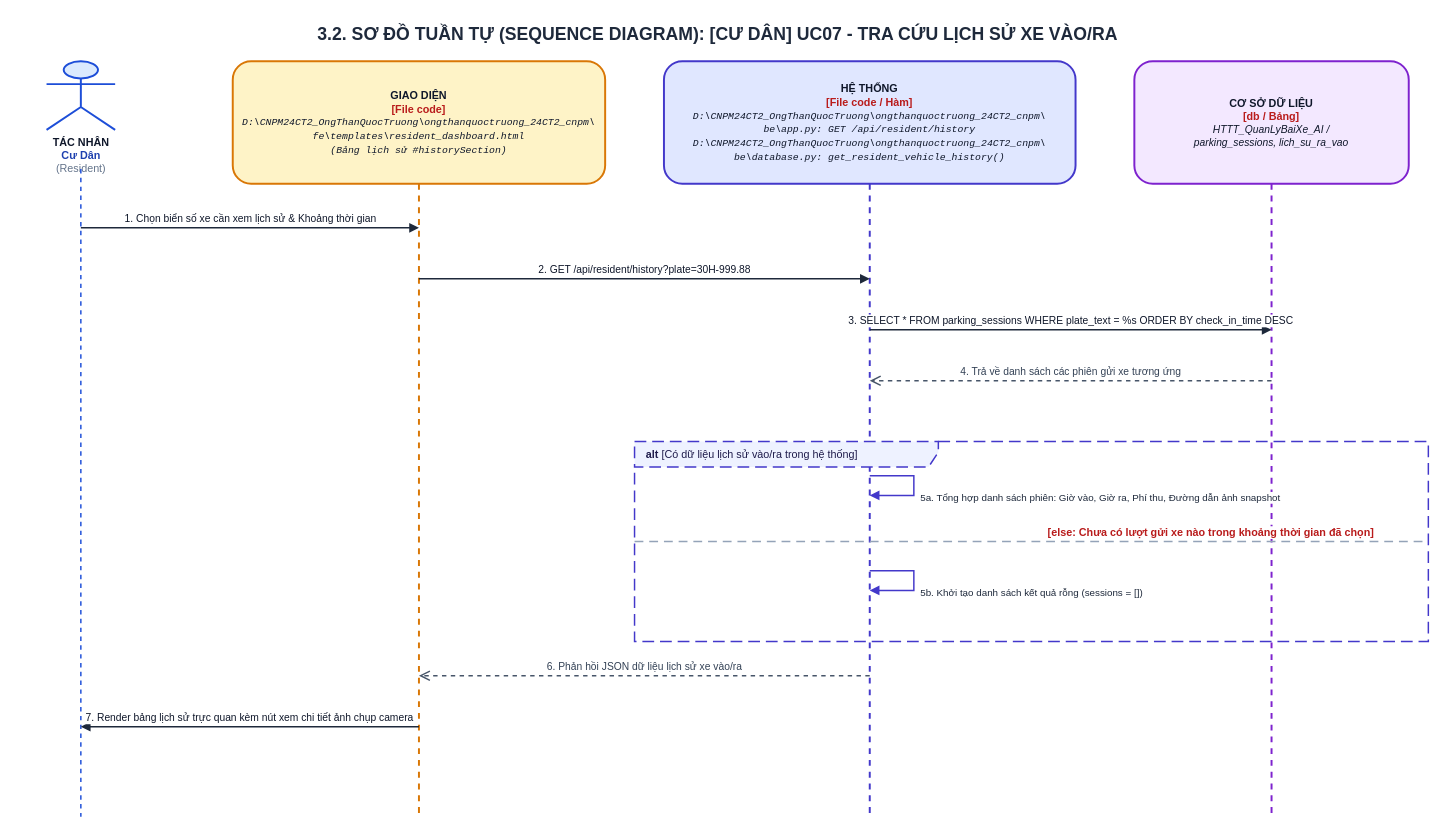
Truong027/CNPM24 keeps this draw.io diagram as ongthanquoctruong_24CT2_cnpm/docs/drawio/uc07_resident_history.drawio. Above is the earlier version. Source tidied: cells renumbered, new cells numbered last; positions are measured from the earlier drawing's top-left corner, leaving out a move shared by most shapes. Both pictures are drawn from the tidied source at 98%, with x=0, y=0 at pixel (17, 17).
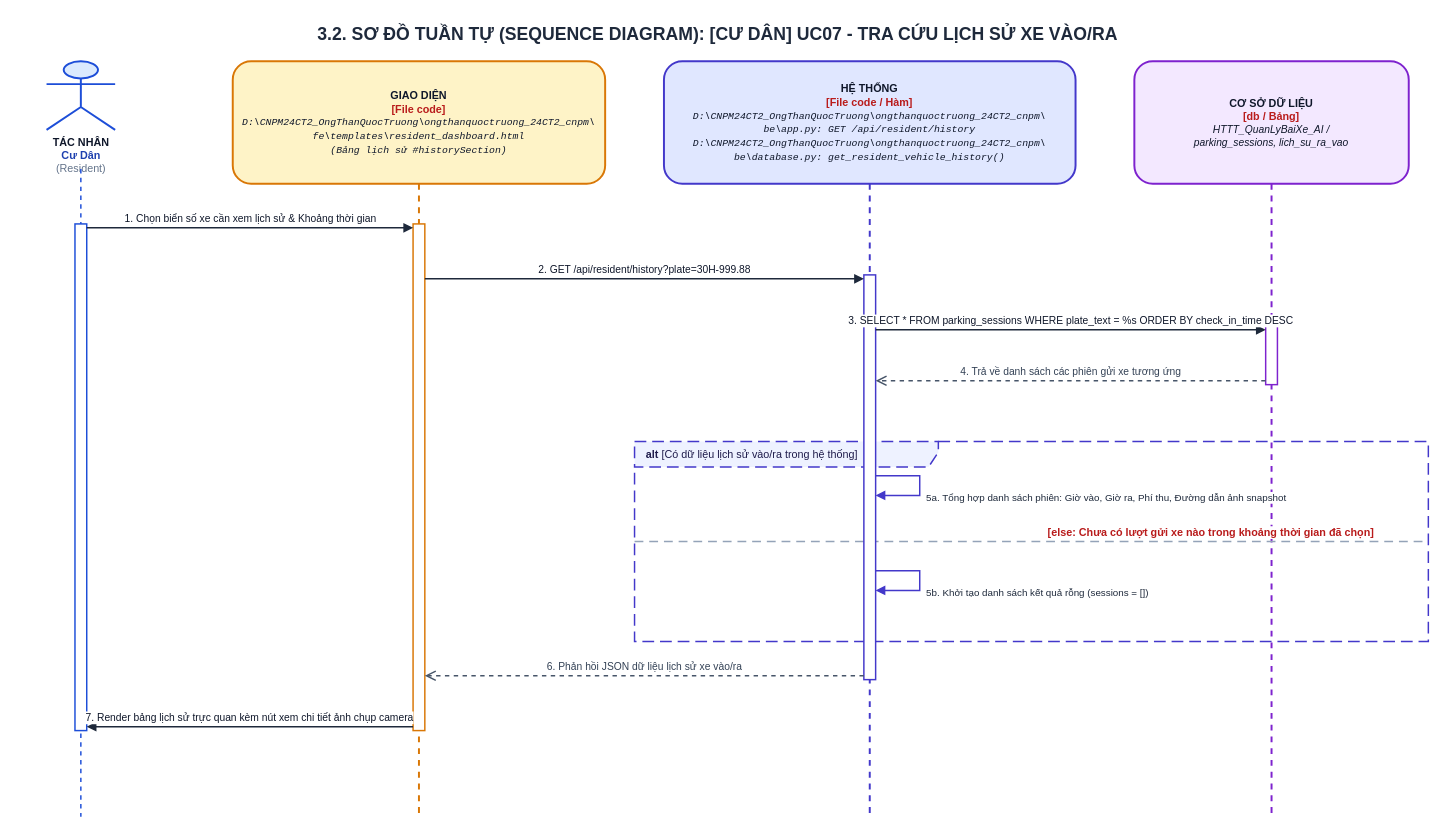
After the change.

Diff of the diagram source:
```diff
@@
+    <mxCell id="12" value="&lt;b&gt;alt&lt;/b&gt; [Có dữ liệu lịch sử vào/ra trong hệ thống]" style="shape=umlFrame;whiteSpace=wrap;html=1;width=310;height=26;dashed=1;dashPattern=8 4;strokeColor=#4338CA;fillColor=#EEF2FF;strokeWidth=1.5;align=left;spacingLeft=10;verticalAlign=top;fontStyle=0;fontSize=11;fontColor=#1E1B4B;" parent="1" vertex="1">
+      <mxGeometry x="630" y="433" width="810" height="204" as="geometry" />
+    </mxCell>
+    <mxCell id="14" value="&lt;b&gt;[else: Chưa có lượt gửi xe nào trong khoảng thời gian đã chọn]&lt;/b&gt;" style="html=1;strokeWidth=1.5;strokeColor=#94A3B8;dashed=1;dashPattern=6 4;endArrow=none;align=left;verticalAlign=bottom;spacingLeft=15;fontColor=#B91C1C;fontSize=11;fontStyle=0;" parent="1" edge="1">
+      <mxGeometry relative="1" as="geometry">
+        <mxPoint x="630" y="535" as="sourcePoint" />
+        <mxPoint x="1440" y="535" as="targetPoint" />
+      </mxGeometry>
+    </mxCell>
+    <mxCell id="18" style="html=1;perimeter=orthogonalPerimeter;targetShapes=umlLifeline;topToBottom=1;fillColor=#FFFFFF;strokeColor=#1D4ED8;strokeWidth=1.5;rounded=0;" parent="1" vertex="1">
+      <mxGeometry x="59" y="211" width="12" height="517" as="geometry" />
+    </mxCell>
+    <mxCell id="19" style="html=1;perimeter=orthogonalPerimeter;targetShapes=umlLifeline;topToBottom=1;fillColor=#FFFFFF;strokeColor=#D97706;strokeWidth=1.5;rounded=0;" parent="1" vertex="1">
+      <mxGeometry x="404" y="211" width="12" height="517" as="geometry" />
+    </mxCell>
+    <mxCell id="20" style="html=1;perimeter=orthogonalPerimeter;targetShapes=umlLifeline;topToBottom=1;fillColor=#FFFFFF;strokeColor=#4338CA;strokeWidth=1.5;rounded=0;" parent="1" vertex="1">
+      <mxGeometry x="864" y="263" width="12" height="413" as="geometry" />
+    </mxCell>
+    <mxCell id="21" style="html=1;perimeter=orthogonalPerimeter;targetShapes=umlLifeline;topToBottom=1;fillColor=#FFFFFF;strokeColor=#7E22CE;strokeWidth=1.5;rounded=0;" parent="1" vertex="1">
+      <mxGeometry x="1274" y="315" width="12" height="60" as="geometry" />
+    </mxCell>
     <mxCell id="8" value="1. Chọn biển số xe cần xem lịch sử &amp; Khoảng thời gian" style="html=1;verticalAlign=bottom;endArrow=block;rounded=0;strokeColor=#1E293B;strokeWidth=1.5;fontColor=#0F172A;fontSize=10.5;" parent="1" edge="1">
       <mxGeometry relative="1" as="geometry">
-        <mxPoint x="65" y="215" as="sourcePoint" />
-        <mxPoint x="410" y="215" as="targetPoint" />
+        <mxPoint x="71" y="215" as="sourcePoint" />
+        <mxPoint x="404" y="215" as="targetPoint" />
       </mxGeometry>
     </mxCell>
     <mxCell id="9" value="2. GET /api/resident/history?plate=30H-999.88" style="html=1;verticalAlign=bottom;endArrow=block;rounded=0;strokeColor=#1E293B;strokeWidth=1.5;fontColor=#0F172A;fontSize=10.5;" parent="1" edge="1">
       <mxGeometry relative="1" as="geometry">
-        <mxPoint x="410" y="267" as="sourcePoint" />
-        <mxPoint x="870" y="267" as="targetPoint" />
+        <mxPoint x="416" y="267" as="sourcePoint" />
+        <mxPoint x="864" y="267" as="targetPoint" />
       </mxGeometry>
     </mxCell>
     <mxCell id="10" value="3. SELECT * FROM parking_sessions WHERE plate_text = %s ORDER BY check_in_time DESC" style="html=1;verticalAlign=bottom;endArrow=block;rounded=0;strokeColor=#1E293B;strokeWidth=1.5;fontColor=#0F172A;fontSize=10.5;" parent="1" edge="1">
       <mxGeometry relative="1" as="geometry">
-        <mxPoint x="870" y="319" as="sourcePoint" />
-        <mxPoint x="1280" y="319" as="targetPoint" />
+        <mxPoint x="876" y="319" as="sourcePoint" />
+        <mxPoint x="1274" y="319" as="targetPoint" />
       </mxGeometry>
     </mxCell>
     <mxCell id="11" value="4. Trả về danh sách các phiên gửi xe tương ứng" style="html=1;verticalAlign=bottom;endArrow=open;dashed=1;endSize=8;rounded=0;strokeColor=#475569;strokeWidth=1.5;fontColor=#334155;fontSize=10.5;" parent="1" edge="1">
       <mxGeometry relative="1" as="geometry">
-        <mxPoint x="1280" y="371" as="sourcePoint" />
-        <mxPoint x="870" y="371" as="targetPoint" />
+        <mxPoint x="1274" y="371" as="sourcePoint" />
+        <mxPoint x="876" y="371" as="targetPoint" />
       </mxGeometry>
     </mxCell>
-    <mxCell id="12" value="&lt;b&gt;alt&lt;/b&gt; [Có dữ liệu lịch sử vào/ra trong hệ thống]" style="shape=umlFrame;whiteSpace=wrap;html=1;width=310;height=26;dashed=1;dashPattern=8 4;strokeColor=#4338CA;fillColor=#EEF2FF;strokeWidth=1.5;align=left;spacingLeft=10;verticalAlign=top;fontStyle=0;fontSize=11;fontColor=#1E1B4B;" parent="1" vertex="1">
-      <mxGeometry x="630" y="433" width="810" height="204" as="geometry" />
-    </mxCell>
     <mxCell id="13" value="5a. Tổng hợp danh sách phiên: Giờ vào, Giờ ra, Phí thu, Đường dẫn ảnh snapshot" style="html=1;align=left;spacingLeft=5;verticalAlign=top;endArrow=block;rounded=0;edgeStyle=orthogonalEdgeStyle;curved=0;strokeColor=#4338CA;strokeWidth=1.5;fontColor=#1E293B;fontSize=10;" parent="1" edge="1">
       <mxGeometry relative="1" as="geometry">
-        <mxPoint x="870" y="468" as="sourcePoint" />
-        <mxPoint x="870" y="488" as="targetPoint" />
+        <mxPoint x="876" y="468" as="sourcePoint" />
+        <mxPoint x="876" y="488" as="targetPoint" />
         <Array as="points">
-          <mxPoint x="915" y="468" />
-          <mxPoint x="915" y="488" />
+          <mxPoint x="921" y="468" />
+          <mxPoint x="921" y="488" />
         </Array>
       </mxGeometry>
     </mxCell>
-    <mxCell id="14" value="&lt;b&gt;[else: Chưa có lượt gửi xe nào trong khoảng thời gian đã chọn]&lt;/b&gt;" style="html=1;strokeWidth=1.5;strokeColor=#94A3B8;dashed=1;dashPattern=6 4;endArrow=none;align=left;verticalAlign=bottom;spacingLeft=15;fontColor=#B91C1C;fontSize=11;fontStyle=0;" parent="1" edge="1">
-      <mxGeometry relative="1" as="geometry">
-        <mxPoint x="630" y="535" as="sourcePoint" />
-        <mxPoint x="1440" y="535" as="targetPoint" />
-      </mxGeometry>
-    </mxCell>
     <mxCell id="15" value="5b. Khởi tạo danh sách kết quả rỗng (sessions = [])" style="html=1;align=left;spacingLeft=5;verticalAlign=top;endArrow=block;rounded=0;edgeStyle=orthogonalEdgeStyle;curved=0;strokeColor=#4338CA;strokeWidth=1.5;fontColor=#1E293B;fontSize=10;" parent="1" edge="1">
       <mxGeometry relative="1" as="geometry">
-        <mxPoint x="870" y="565" as="sourcePoint" />
-        <mxPoint x="870" y="585" as="targetPoint" />
+        <mxPoint x="876" y="565" as="sourcePoint" />
+        <mxPoint x="876" y="585" as="targetPoint" />
         <Array as="points">
-          <mxPoint x="915" y="565" />
-          <mxPoint x="915" y="585" />
+          <mxPoint x="921" y="565" />
+          <mxPoint x="921" y="585" />
         </Array>
       </mxGeometry>
     </mxCell>
     <mxCell id="16" value="6. Phản hồi JSON dữ liệu lịch sử xe vào/ra" style="html=1;verticalAlign=bottom;endArrow=open;dashed=1;endSize=8;rounded=0;strokeColor=#475569;strokeWidth=1.5;fontColor=#334155;fontSize=10.5;" parent="1" edge="1">
       <mxGeometry relative="1" as="geometry">
-        <mxPoint x="870" y="672" as="sourcePoint" />
-        <mxPoint x="410" y="672" as="targetPoint" />
+        <mxPoint x="864" y="672" as="sourcePoint" />
+        <mxPoint x="416" y="672" as="targetPoint" />
       </mxGeometry>
     </mxCell>
     <mxCell id="17" value="7. Render bảng lịch sử trực quan kèm nút xem chi tiết ảnh chụp camera" style="html=1;verticalAlign=bottom;endArrow=block;rounded=0;strokeColor=#1E293B;strokeWidth=1.5;fontColor=#0F172A;fontSize=10.5;" parent="1" edge="1">
       <mxGeometry relative="1" as="geometry">
-        <mxPoint x="410" y="724" as="sourcePoint" />
-        <mxPoint x="65" y="724" as="targetPoint" />
+        <mxPoint x="404" y="724" as="sourcePoint" />
+        <mxPoint x="71" y="724" as="targetPoint" />
       </mxGeometry>
     </mxCell>
```
